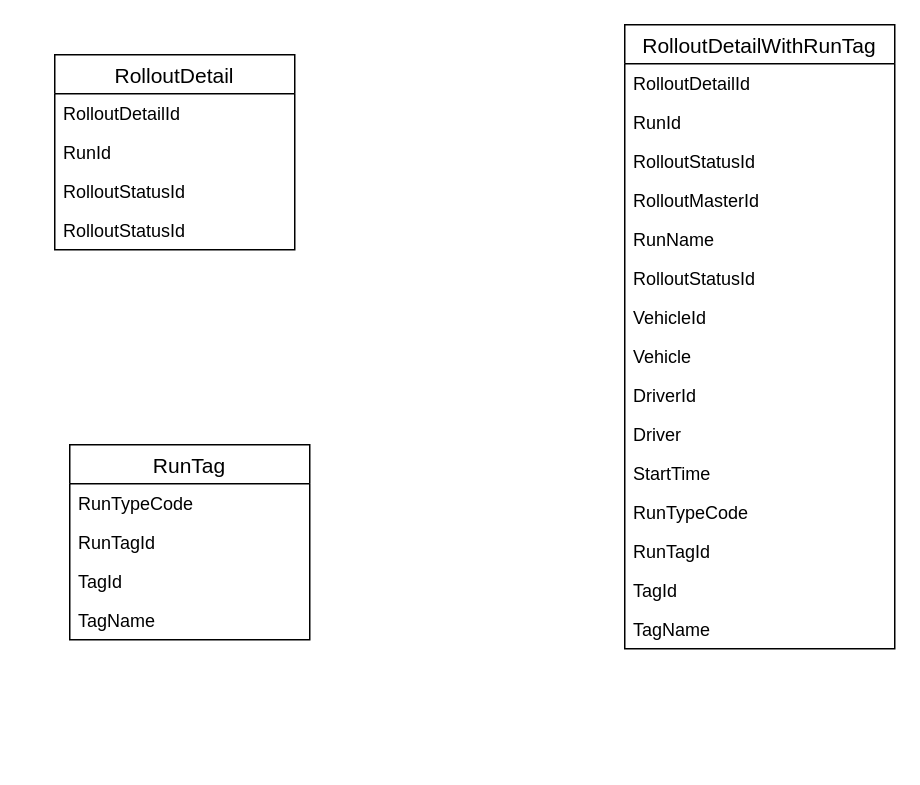
Before: TagRelation.drawio in mkabhishekdev/DotNet-Research, a draw.io diagram. Source tidied: cells renumbered, new cells numbered last; positions are measured from the earlier drawing's top-left corner, leaving out a move shared by most shapes. Both pictures are drawn from the tidied source at 150%, with x=0, y=0 at pixel (54, 24).
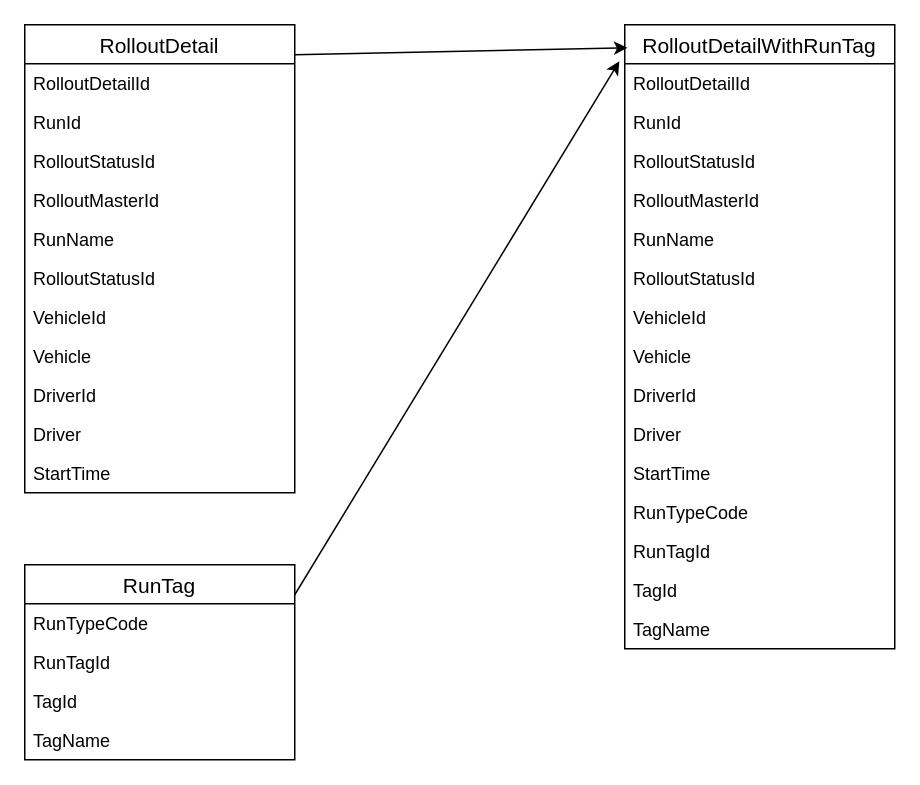
After the change.

The change refers to these unchanged cells:
```xml
<mxCell id="12" value="RolloutDetailWithRunTag" style="swimlane;fontStyle=0;horizontal=1;startSize=26;align=center;fontSize=14;" parent="1" vertex="1">
  <mxGeometry x="380" width="180" height="416" as="geometry" />
</mxCell>
<mxCell id="13" value="RolloutDetailId" style="text;strokeColor=none;fillColor=none;spacingLeft=4;spacingRight=4;overflow=hidden;points=[[0,0.5],[1,0.5]];portConstraint=eastwest;fontSize=12;" parent="12" vertex="1">
  <mxGeometry y="26" width="180" height="26" as="geometry" />
</mxCell>
```

Diff of the diagram source:
```diff
@@
-    <mxCell id="2" value="RolloutDetail" style="swimlane;fontStyle=0;horizontal=1;startSize=26;align=center;fontSize=14;" parent="1" vertex="1">
-      <mxGeometry y="20" width="160" height="130" as="geometry" />
-    </mxCell>
-    <mxCell id="3" value="RolloutDetailId" style="text;strokeColor=none;fillColor=none;spacingLeft=4;spacingRight=4;overflow=hidden;fontSize=12;" parent="2" vertex="1">
-      <mxGeometry y="26" width="160" height="26" as="geometry" />
-    </mxCell>
-    <mxCell id="4" value="RunId" style="text;strokeColor=none;fillColor=none;spacingLeft=4;spacingRight=4;overflow=hidden;fontSize=12;" parent="2" vertex="1">
-      <mxGeometry y="52" width="160" height="26" as="geometry" />
-    </mxCell>
-    <mxCell id="5" value="RolloutStatusId" style="text;strokeColor=none;fillColor=none;spacingLeft=4;spacingRight=4;overflow=hidden;fontSize=12;" parent="2" vertex="1">
-      <mxGeometry y="78" width="160" height="26" as="geometry" />
-    </mxCell>
-    <mxCell id="6" value="RolloutStatusId" style="text;strokeColor=none;fillColor=none;spacingLeft=4;spacingRight=4;overflow=hidden;fontSize=12;" parent="2" vertex="1">
-      <mxGeometry y="104" width="160" height="26" as="geometry" />
-    </mxCell>
-    <mxCell id="7" value="RunTag" style="swimlane;fontStyle=0;horizontal=1;startSize=26;align=center;fontSize=14;" parent="1" vertex="1">
-      <mxGeometry x="10" y="280" width="160" height="130" as="geometry" />
-    </mxCell>
-    <mxCell id="8" value="RunTypeCode" style="text;strokeColor=none;fillColor=none;spacingLeft=4;spacingRight=4;overflow=hidden;fontSize=12;" parent="7" vertex="1">
-      <mxGeometry y="26" width="160" height="26" as="geometry" />
-    </mxCell>
-    <mxCell id="9" value="RunTagId" style="text;strokeColor=none;fillColor=none;spacingLeft=4;spacingRight=4;overflow=hidden;fontSize=12;" parent="7" vertex="1">
-      <mxGeometry y="52" width="160" height="26" as="geometry" />
-    </mxCell>
-    <mxCell id="10" value="TagId" style="text;strokeColor=none;fillColor=none;spacingLeft=4;spacingRight=4;overflow=hidden;fontSize=12;" parent="7" vertex="1">
-      <mxGeometry y="78" width="160" height="26" as="geometry" />
-    </mxCell>
-    <mxCell id="11" value="TagName" style="text;strokeColor=none;fillColor=none;spacingLeft=4;spacingRight=4;overflow=hidden;fontSize=12;" parent="7" vertex="1">
-      <mxGeometry y="104" width="160" height="26" as="geometry" />
-    </mxCell>
@@
+    <mxCell id="2" value="RolloutDetail" style="swimlane;fontStyle=0;horizontal=1;startSize=26;align=center;fontSize=14;" parent="1" vertex="1">
+      <mxGeometry x="-20" width="180" height="312" as="geometry" />
+    </mxCell>
+    <mxCell id="3" value="RolloutDetailId" style="text;strokeColor=none;fillColor=none;spacingLeft=4;spacingRight=4;overflow=hidden;fontSize=12;" parent="2" vertex="1">
+      <mxGeometry y="26" width="180" height="26" as="geometry" />
+    </mxCell>
+    <mxCell id="4" value="RunId" style="text;strokeColor=none;fillColor=none;spacingLeft=4;spacingRight=4;overflow=hidden;fontSize=12;" parent="2" vertex="1">
+      <mxGeometry y="52" width="180" height="26" as="geometry" />
+    </mxCell>
+    <mxCell id="28" value="RolloutStatusId" style="text;strokeColor=none;fillColor=none;spacingLeft=4;spacingRight=4;overflow=hidden;fontSize=12;" parent="2" vertex="1">
+      <mxGeometry y="78" width="180" height="26" as="geometry" />
+    </mxCell>
+    <mxCell id="29" value="RolloutMasterId" style="text;strokeColor=none;fillColor=none;spacingLeft=4;spacingRight=4;overflow=hidden;fontSize=12;" parent="2" vertex="1">
+      <mxGeometry y="104" width="180" height="26" as="geometry" />
+    </mxCell>
+    <mxCell id="30" value="RunName" style="text;strokeColor=none;fillColor=none;spacingLeft=4;spacingRight=4;overflow=hidden;fontSize=12;" parent="2" vertex="1">
+      <mxGeometry y="130" width="180" height="26" as="geometry" />
+    </mxCell>
+    <mxCell id="31" value="RolloutStatusId" style="text;strokeColor=none;fillColor=none;spacingLeft=4;spacingRight=4;overflow=hidden;fontSize=12;" parent="2" vertex="1">
+      <mxGeometry y="156" width="180" height="26" as="geometry" />
+    </mxCell>
+    <mxCell id="32" value="VehicleId" style="text;strokeColor=none;fillColor=none;spacingLeft=4;spacingRight=4;overflow=hidden;fontSize=12;" parent="2" vertex="1">
+      <mxGeometry y="182" width="180" height="26" as="geometry" />
+    </mxCell>
+    <mxCell id="33" value="Vehicle" style="text;strokeColor=none;fillColor=none;spacingLeft=4;spacingRight=4;overflow=hidden;fontSize=12;" parent="2" vertex="1">
+      <mxGeometry y="208" width="180" height="26" as="geometry" />
+    </mxCell>
+    <mxCell id="34" value="DriverId" style="text;strokeColor=none;fillColor=none;spacingLeft=4;spacingRight=4;overflow=hidden;fontSize=12;" parent="2" vertex="1">
+      <mxGeometry y="234" width="180" height="26" as="geometry" />
+    </mxCell>
+    <mxCell id="35" value="Driver" style="text;strokeColor=none;fillColor=none;spacingLeft=4;spacingRight=4;overflow=hidden;fontSize=12;" parent="2" vertex="1">
+      <mxGeometry y="260" width="180" height="26" as="geometry" />
+    </mxCell>
+    <mxCell id="36" value="StartTime" style="text;strokeColor=none;fillColor=none;spacingLeft=4;spacingRight=4;overflow=hidden;fontSize=12;" parent="2" vertex="1">
+      <mxGeometry y="286" width="180" height="26" as="geometry" />
+    </mxCell>
+    <mxCell id="7" value="RunTag" style="swimlane;fontStyle=0;horizontal=1;startSize=26;align=center;fontSize=14;" parent="1" vertex="1">
+      <mxGeometry x="-20" y="360" width="180" height="130" as="geometry" />
+    </mxCell>
+    <mxCell id="8" value="RunTypeCode" style="text;strokeColor=none;fillColor=none;spacingLeft=4;spacingRight=4;overflow=hidden;fontSize=12;" parent="7" vertex="1">
+      <mxGeometry y="26" width="180" height="26" as="geometry" />
+    </mxCell>
+    <mxCell id="9" value="RunTagId" style="text;strokeColor=none;fillColor=none;spacingLeft=4;spacingRight=4;overflow=hidden;fontSize=12;" parent="7" vertex="1">
+      <mxGeometry y="52" width="180" height="26" as="geometry" />
+    </mxCell>
+    <mxCell id="10" value="TagId" style="text;strokeColor=none;fillColor=none;spacingLeft=4;spacingRight=4;overflow=hidden;fontSize=12;" parent="7" vertex="1">
+      <mxGeometry y="78" width="180" height="26" as="geometry" />
+    </mxCell>
+    <mxCell id="11" value="TagName" style="text;strokeColor=none;fillColor=none;spacingLeft=4;spacingRight=4;overflow=hidden;fontSize=12;" parent="7" vertex="1">
+      <mxGeometry y="104" width="180" height="26" as="geometry" />
+    </mxCell>
+    <mxCell id="37" style="endArrow=classic;html=1;entryX=0.01;entryY=0.037;entryDx=0;entryDy=0;entryPerimeter=0;" parent="1" edge="1" target="12">
+      <mxGeometry relative="1" as="geometry">
+        <mxPoint x="160" y="20" as="sourcePoint" />
+      </mxGeometry>
+    </mxCell>
+    <mxCell id="38" style="endArrow=classic;html=1;entryX=-0.02;entryY=-0.064;entryDx=0;entryDy=0;entryPerimeter=0;" parent="1" edge="1" target="13">
+      <mxGeometry relative="1" as="geometry">
+        <mxPoint x="160" y="380" as="sourcePoint" />
+      </mxGeometry>
+    </mxCell>
```
